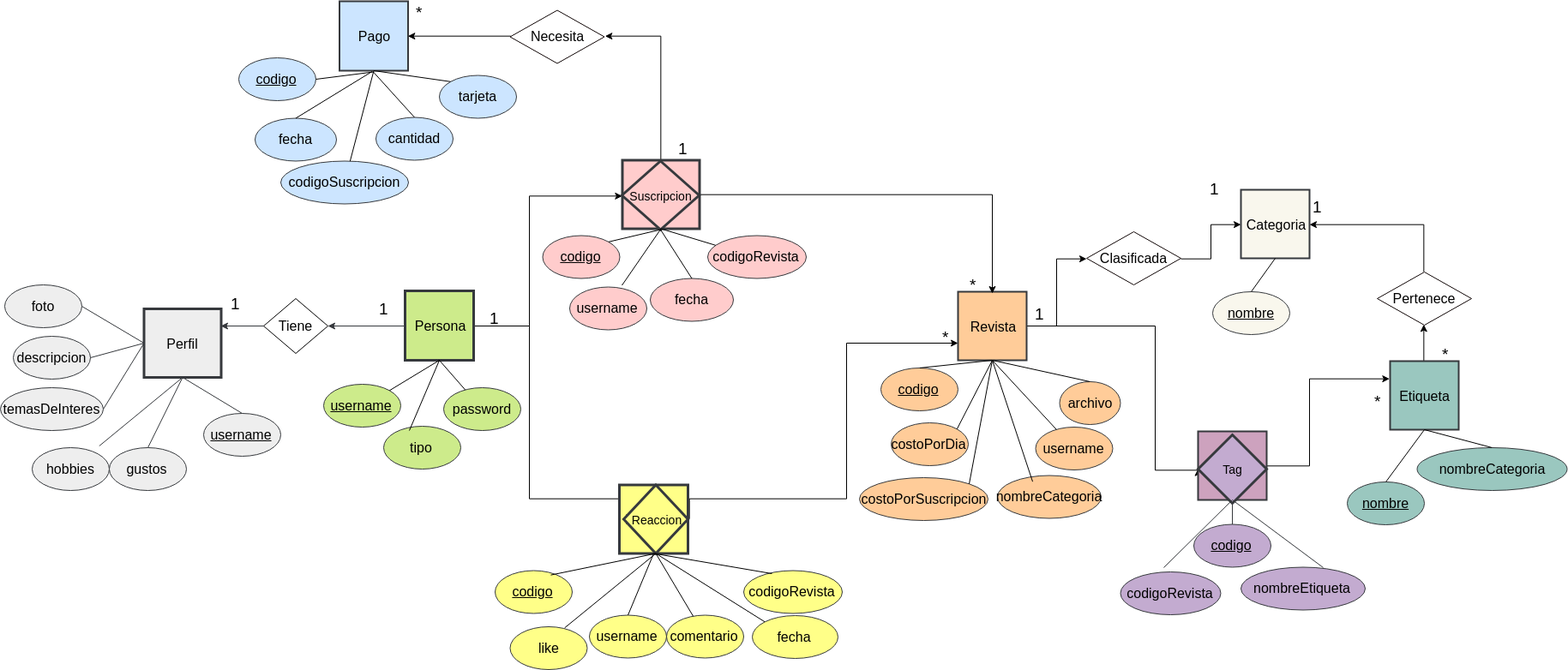
Before: ManualTecnico/DiagramaER.png, a diagram exported from draw.io (SergioCifuentes/Revistas). Source tidied: cells renumbered, new cells last; positions are measured from the earlier drawing's top-left corner, leaving out a move shared by most shapes.
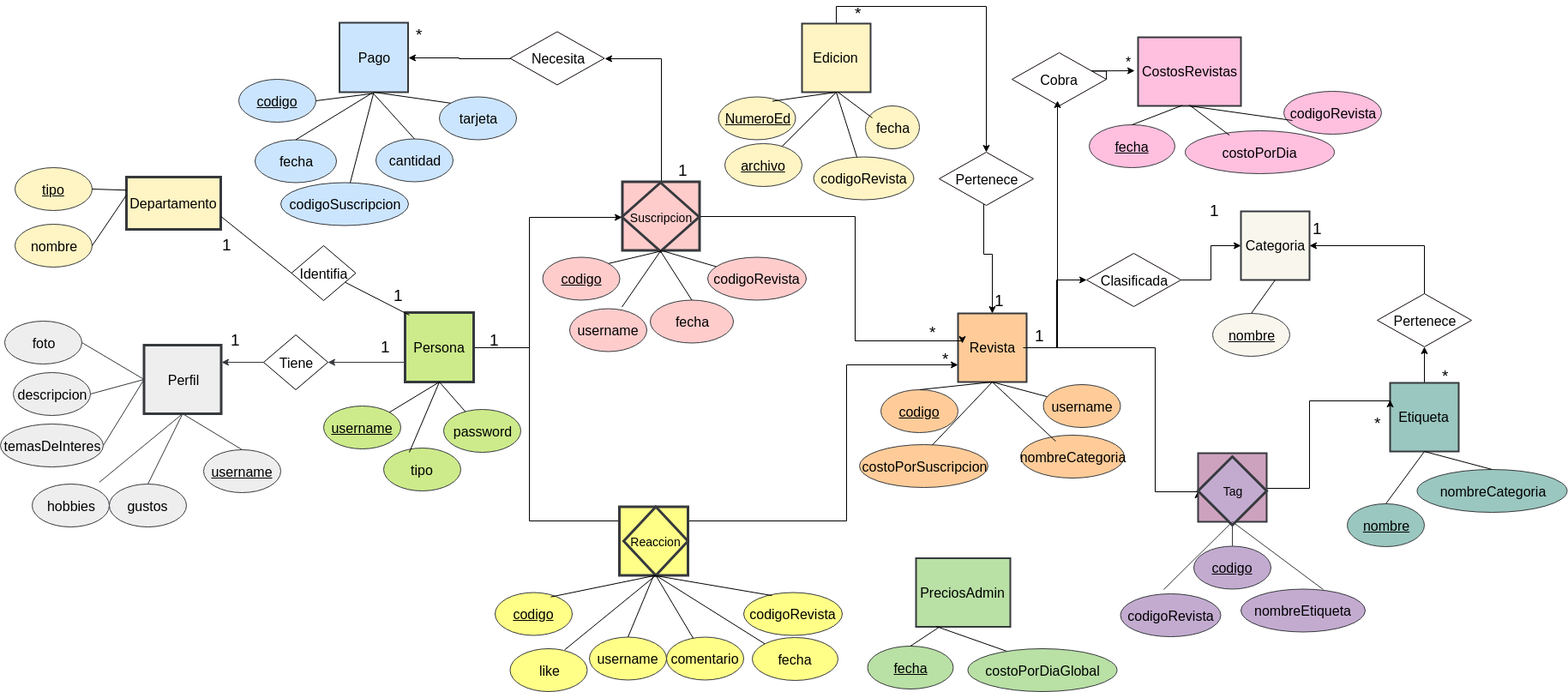
After the commit.

The edit, as a diff of the source:
```diff
@@ -16,2 +16,10 @@
     </mxCell>
+    <mxCell id="116" style="edgeStyle=orthogonalEdgeStyle;rounded=0;jettySize=auto;html=1;exitX=1;exitY=0.5;exitDx=0;exitDy=0;entryX=0;entryY=0.5;entryDx=0;entryDy=0;" parent="1" edge="1" source="133">
+      <mxGeometry relative="1" as="geometry">
+        <mxPoint x="1323" y="56.4" as="targetPoint" />
+        <Array as="points">
+          <mxPoint x="1233" y="56" />
+        </Array>
+      </mxGeometry>
+    </mxCell>
     <mxCell id="4" value="Revista" style="strokeWidth=2;whiteSpace=wrap;html=1;align=center;fontSize=16;fillColor=#ffcc99;strokeColor=#36393d;" parent="1" vertex="1">
@@ -20,3 +28,7 @@
     <mxCell id="5" style="edgeStyle=orthogonalEdgeStyle;rounded=0;jettySize=auto;html=1;exitX=0;exitY=0.5;exitDx=0;exitDy=0;entryX=1;entryY=0.5;entryDx=0;entryDy=0;fontSize=16;fillColor=#cdeb8b;strokeColor=#36393d;" parent="1" edge="1" source="8" target="36">
-      <mxGeometry relative="1" as="geometry" />
+      <mxGeometry relative="1" as="geometry">
+        <Array as="points">
+          <mxPoint x="472" y="396" />
+        </Array>
+      </mxGeometry>
     </mxCell>
@@ -43,7 +55,11 @@
     <mxCell id="9" value="Perfil" style="strokeWidth=3;whiteSpace=wrap;html=1;align=center;fontSize=16;fillColor=#eeeeee;strokeColor=#36393d;" parent="1" vertex="1">
-      <mxGeometry x="167.5" y="359" width="90" height="80" as="geometry" />
+      <mxGeometry x="167.5" y="376" width="90" height="80" as="geometry" />
     </mxCell>
-    <mxCell id="10" style="edgeStyle=orthogonalEdgeStyle;rounded=0;jettySize=auto;html=1;exitX=1;exitY=0.5;exitDx=0;exitDy=0;fontSize=16;" parent="1" edge="1" source="12">
+    <mxCell id="10" style="edgeStyle=orthogonalEdgeStyle;rounded=0;jettySize=auto;html=1;exitX=1;exitY=0.5;exitDx=0;exitDy=0;fontSize=16;entryX=-0.217;entryY=-0.225;entryDx=0;entryDy=0;entryPerimeter=0;" parent="1" edge="1" source="12" target="108">
       <mxGeometry relative="1" as="geometry">
-        <mxPoint x="1157" y="341" as="targetPoint" />
+        <Array as="points">
+          <mxPoint x="997" y="226" />
+          <mxPoint x="997" y="371" />
+          <mxPoint x="1122" y="371" />
+        </Array>
       </mxGeometry>
@@ -63,18 +79,18 @@
     <mxCell id="15" value="username" style="ellipse;whiteSpace=wrap;html=1;fontSize=16;fontStyle=4;fillColor=#eeeeee;strokeColor=#36393d;" parent="1" vertex="1">
-      <mxGeometry x="237" y="481" width="90" height="50" as="geometry" />
+      <mxGeometry x="237" y="498" width="90" height="50" as="geometry" />
     </mxCell>
     <mxCell id="16" value="foto" style="ellipse;whiteSpace=wrap;html=1;fontSize=16;fontStyle=0;fillColor=#eeeeee;strokeColor=#36393d;" parent="1" vertex="1">
-      <mxGeometry x="5" y="331" width="90" height="50" as="geometry" />
+      <mxGeometry x="5" y="348" width="90" height="50" as="geometry" />
     </mxCell>
     <mxCell id="17" value="hobbies" style="ellipse;whiteSpace=wrap;html=1;fontSize=16;fontStyle=0;fillColor=#eeeeee;strokeColor=#36393d;" parent="1" vertex="1">
-      <mxGeometry x="37" y="521" width="90" height="50" as="geometry" />
+      <mxGeometry x="37" y="538" width="90" height="50" as="geometry" />
     </mxCell>
     <mxCell id="18" value="gustos" style="ellipse;whiteSpace=wrap;html=1;fontSize=16;fontStyle=0;fillColor=#eeeeee;strokeColor=#36393d;" parent="1" vertex="1">
-      <mxGeometry x="127" y="521" width="90" height="50" as="geometry" />
+      <mxGeometry x="127" y="538" width="90" height="50" as="geometry" />
     </mxCell>
     <mxCell id="19" value="temasDeInteres" style="ellipse;whiteSpace=wrap;html=1;fontSize=16;fontStyle=0;fillColor=#eeeeee;strokeColor=#36393d;" parent="1" vertex="1">
-      <mxGeometry y="451" width="120" height="50" as="geometry" />
+      <mxGeometry y="468" width="120" height="50" as="geometry" />
     </mxCell>
     <mxCell id="20" value="descripcion" style="ellipse;whiteSpace=wrap;html=1;fontSize=16;fontStyle=0;fillColor=#eeeeee;strokeColor=#36393d;" parent="1" vertex="1">
-      <mxGeometry x="15" y="391" width="90" height="50" as="geometry" />
+      <mxGeometry x="15" y="408" width="90" height="50" as="geometry" />
     </mxCell>
@@ -130,3 +146,3 @@
       <mxGeometry relative="1" as="geometry">
-        <mxPoint x="329.7" y="379" as="sourcePoint" />
+        <mxPoint x="329.7" y="396" as="sourcePoint" />
       </mxGeometry>
@@ -134,3 +150,3 @@
     <mxCell id="36" value="Tiene" style="rhombus;whiteSpace=wrap;html=1;fontSize=16;" parent="1" vertex="1">
-      <mxGeometry x="307" y="347" width="75" height="64" as="geometry" />
+      <mxGeometry x="307" y="364" width="75" height="64" as="geometry" />
     </mxCell>
@@ -202,16 +218,10 @@
     <mxCell id="58" value="username" style="ellipse;whiteSpace=wrap;html=1;fontSize=16;fontStyle=0;fillColor=#ffcc99;strokeColor=#36393d;" parent="1" vertex="1">
-      <mxGeometry x="1207.5" y="497" width="90" height="50" as="geometry" />
+      <mxGeometry x="1216.5" y="422" width="90" height="50" as="geometry" />
     </mxCell>
-    <mxCell id="59" value="costoPorDia" style="ellipse;whiteSpace=wrap;html=1;fontSize=16;fontStyle=0;fillColor=#ffcc99;strokeColor=#36393d;" parent="1" vertex="1">
-      <mxGeometry x="1039" y="492" width="90" height="50" as="geometry" />
-    </mxCell>
     <mxCell id="60" value="costoPorSuscripcion" style="ellipse;whiteSpace=wrap;html=1;fontSize=16;fontStyle=0;fillColor=#ffcc99;strokeColor=#36393d;" parent="1" vertex="1">
-      <mxGeometry x="1002" y="556" width="150" height="50" as="geometry" />
+      <mxGeometry x="1002" y="492" width="150" height="50" as="geometry" />
     </mxCell>
     <mxCell id="61" value="nombreCategoria" style="ellipse;whiteSpace=wrap;html=1;fontSize=16;fontStyle=0;fillColor=#ffcc99;strokeColor=#36393d;" parent="1" vertex="1">
-      <mxGeometry x="1163" y="553.5" width="121" height="50" as="geometry" />
+      <mxGeometry x="1190" y="481" width="121" height="50" as="geometry" />
     </mxCell>
-    <mxCell id="62" value="archivo" style="ellipse;whiteSpace=wrap;html=1;fontSize=16;fontStyle=0;fillColor=#ffcc99;strokeColor=#36393d;" parent="1" vertex="1">
-      <mxGeometry x="1235.5" y="444" width="71" height="50" as="geometry" />
-    </mxCell>
     <mxCell id="63" value="Categoria" style="strokeWidth=2;whiteSpace=wrap;html=1;align=center;fontSize=16;fillColor=#f9f7ed;strokeColor=#36393d;" parent="1" vertex="1">
@@ -246,8 +256,2 @@
     </mxCell>
-    <mxCell id="73" style="endArrow=none;html=1;fontSize=16;exitX=0.5;exitY=1;exitDx=0;exitDy=0;entryX=1;entryY=0;entryDx=0;entryDy=0;" parent="1" edge="1" source="4" target="59">
-      <mxGeometry relative="1" as="geometry" />
-    </mxCell>
-    <mxCell id="74" style="endArrow=none;html=1;fontSize=16;exitX=0.5;exitY=1;exitDx=0;exitDy=0;entryX=0.5;entryY=0;entryDx=0;entryDy=0;" parent="1" edge="1" source="4" target="62">
-      <mxGeometry relative="1" as="geometry" />
-    </mxCell>
     <mxCell id="75" style="endArrow=none;html=1;fontSize=16;exitX=0.5;exitY=1;exitDx=0;exitDy=0;entryX=0.339;entryY=0.143;entryDx=0;entryDy=0;entryPerimeter=0;" parent="1" edge="1" source="4" target="61">
@@ -258,3 +262,3 @@
     </mxCell>
-    <mxCell id="77" style="endArrow=none;html=1;fontSize=16;exitX=0.5;exitY=1;exitDx=0;exitDy=0;entryX=1;entryY=0;entryDx=0;entryDy=0;" parent="1" edge="1" source="4" target="60">
+    <mxCell id="77" style="endArrow=none;html=1;fontSize=16;exitX=0.5;exitY=1;exitDx=0;exitDy=0;entryX=0.567;entryY=0.009;entryDx=0;entryDy=0;entryPerimeter=0;" parent="1" edge="1" source="4" target="60">
       <mxGeometry relative="1" as="geometry" />
@@ -353,6 +357,6 @@
     <mxCell id="104" value="1" style="text;html=1;align=left;verticalAlign=top;spacingTop=-4;fontSize=19;fontStyle=0;" parent="1" vertex="1">
-      <mxGeometry x="440" y="346" width="20" height="20" as="geometry" />
+      <mxGeometry x="442" y="365" width="20" height="20" as="geometry" />
     </mxCell>
     <mxCell id="105" value="1" style="text;html=1;align=left;verticalAlign=top;spacingTop=-4;fontSize=19;fontStyle=0;" parent="1" vertex="1">
-      <mxGeometry x="267" y="340" width="20" height="20" as="geometry" />
+      <mxGeometry x="267" y="357" width="20" height="20" as="geometry" />
     </mxCell>
@@ -362,5 +366,5 @@
     <mxCell id="107" value="*" style="text;html=1;align=left;verticalAlign=top;spacingTop=-4;fontSize=19;fontStyle=0;" parent="1" vertex="1">
-      <mxGeometry x="1129" y="318" width="20" height="20" as="geometry" />
+      <mxGeometry x="1082" y="348" width="20" height="20" as="geometry" />
     </mxCell>
-    <mxCell id="108" value="*" style="text;html=1;points=[];align=left;verticalAlign=top;spacingTop=-4;fontSize=19;" parent="1" vertex="1">
+    <mxCell id="108" value="*" style="text;html=1;points=[];align=left;verticalAlign=top;spacingTop=-4;fontSize=19;direction=south;" parent="1" vertex="1">
       <mxGeometry x="1097" y="378.5" width="20" height="20" as="geometry" />
@@ -388,2 +392,138 @@
     </mxCell>
+    <mxCell id="117" value="Departamento" style="strokeWidth=3;whiteSpace=wrap;html=1;align=center;fontSize=16;fillColor=#FFF4C3;strokeColor=#36393d;" parent="1" vertex="1">
+      <mxGeometry x="147" y="180" width="110" height="61" as="geometry" />
+    </mxCell>
+    <mxCell id="118" value="tipo&lt;span style=&quot;font-family: &amp;quot;helvetica&amp;quot; , &amp;quot;arial&amp;quot; , sans-serif ; font-size: 0px ; white-space: nowrap&quot;&gt;%3CmxGraphModel%3E%3Croot%3E%3CmxCell%20id%3D%220%22%2F%3E%3CmxCell%20id%3D%221%22%20parent%3D%220%22%2F%3E%3CmxCell%20id%3D%222%22%20value%3D%22foto%22%20style%3D%22ellipse%3BwhiteSpace%3Dwrap%3Bhtml%3D1%3BfontSize%3D16%3BfontStyle%3D0%3BfillColor%3D%23eeeeee%3BstrokeColor%3D%2336393d%3B%22%20vertex%3D%221%22%20parent%3D%221%22%3E%3CmxGeometry%20x%3D%22-722%22%20y%3D%2240%22%20width%3D%2290%22%20height%3D%2250%22%20as%3D%22geometry%22%2F%3E%3C%2FmxCell%3E%3C%2Froot%3E%3C%2FmxGraphModel%3E&lt;/span&gt;" style="ellipse;whiteSpace=wrap;html=1;fontSize=16;fontStyle=4;fillColor=#FFF4C3;strokeColor=#36393d;" parent="1" vertex="1">
+      <mxGeometry x="17" y="169" width="90" height="50" as="geometry" />
+    </mxCell>
+    <mxCell id="119" value="nombre" style="ellipse;whiteSpace=wrap;html=1;fontSize=16;fontStyle=0;fillColor=#FFF4C3;strokeColor=#36393d;" parent="1" vertex="1">
+      <mxGeometry x="17" y="235" width="90" height="50" as="geometry" />
+    </mxCell>
+    <mxCell id="120" style="endArrow=none;html=1;fontSize=19;exitX=0;exitY=0.5;exitDx=0;exitDy=0;entryX=1;entryY=0.75;entryDx=0;entryDy=0;" parent="1" edge="1" source="125" target="117">
+      <mxGeometry relative="1" as="geometry" />
+    </mxCell>
+    <mxCell id="121" value="1" style="text;html=1;align=left;verticalAlign=top;spacingTop=-4;fontSize=19;fontStyle=0;" parent="1" vertex="1">
+      <mxGeometry x="457" y="305" width="20" height="20" as="geometry" />
+    </mxCell>
+    <mxCell id="122" value="1" style="text;html=1;align=left;verticalAlign=top;spacingTop=-4;fontSize=19;fontStyle=0;" parent="1" vertex="1">
+      <mxGeometry x="257" y="245.5" width="20" height="20" as="geometry" />
+    </mxCell>
+    <mxCell id="123" style="endArrow=none;html=1;fontSize=19;exitX=0;exitY=0.25;exitDx=0;exitDy=0;entryX=1;entryY=0.5;entryDx=0;entryDy=0;" parent="1" edge="1" source="117" target="118">
+      <mxGeometry relative="1" as="geometry" />
+    </mxCell>
+    <mxCell id="124" style="endArrow=none;html=1;fontSize=19;entryX=1;entryY=0.5;entryDx=0;entryDy=0;" parent="1" edge="1" target="119">
+      <mxGeometry relative="1" as="geometry">
+        <mxPoint x="147" y="201" as="sourcePoint" />
+      </mxGeometry>
+    </mxCell>
+    <mxCell id="125" value="Identifia" style="rhombus;whiteSpace=wrap;html=1;fontSize=16;" parent="1" vertex="1">
+      <mxGeometry x="339.5" y="260" width="75" height="64" as="geometry" />
+    </mxCell>
+    <mxCell id="126" style="endArrow=none;html=1;fontSize=19;exitX=0.063;exitY=0.037;exitDx=0;exitDy=0;exitPerimeter=0;entryX=1;entryY=0.75;entryDx=0;entryDy=0;" parent="1" edge="1" source="8" target="125">
+      <mxGeometry relative="1" as="geometry" />
+    </mxCell>
+    <mxCell id="127" value="CostosRevistas" style="strokeWidth=2;whiteSpace=wrap;html=1;align=center;fontSize=16;fillColor=#FFBFDF;strokeColor=#36393d;" parent="1" vertex="1">
+      <mxGeometry x="1327" y="17" width="120" height="80" as="geometry" />
+    </mxCell>
+    <mxCell id="128" value="fecha" style="ellipse;whiteSpace=wrap;html=1;fontSize=16;fontStyle=4;fillColor=#FFBFDF;strokeColor=#36393d;" parent="1" vertex="1">
+      <mxGeometry x="1270" y="119" width="100" height="50" as="geometry" />
+    </mxCell>
+    <mxCell id="59" value="costoPorDia" style="ellipse;whiteSpace=wrap;html=1;fontSize=16;fontStyle=0;fillColor=#FFBFDF;strokeColor=#36393d;" parent="1" vertex="1">
+      <mxGeometry x="1382" y="126" width="174" height="50" as="geometry" />
+    </mxCell>
+    <mxCell id="129" style="endArrow=none;html=1;exitX=0.5;exitY=0;exitDx=0;exitDy=0;entryX=0.429;entryY=0.993;entryDx=0;entryDy=0;entryPerimeter=0;" parent="1" edge="1" source="128" target="127">
+      <mxGeometry relative="1" as="geometry" />
+    </mxCell>
+    <mxCell id="130" style="endArrow=none;html=1;exitX=0.296;exitY=0.103;exitDx=0;exitDy=0;exitPerimeter=0;" parent="1" edge="1" source="59">
+      <mxGeometry relative="1" as="geometry">
+        <mxPoint x="1387" y="96" as="targetPoint" />
+      </mxGeometry>
+    </mxCell>
+    <mxCell id="131" value="codigoRevista" style="ellipse;whiteSpace=wrap;html=1;fontSize=16;fontStyle=0;fillColor=#FFBFDF;strokeColor=#36393d;" parent="1" vertex="1">
+      <mxGeometry x="1497" y="80" width="114" height="50" as="geometry" />
+    </mxCell>
+    <mxCell id="132" style="endArrow=none;html=1;exitX=0.5;exitY=1;exitDx=0;exitDy=0;entryX=0.088;entryY=0.68;entryDx=0;entryDy=0;entryPerimeter=0;" parent="1" edge="1" source="127" target="131">
+      <mxGeometry relative="1" as="geometry" />
+    </mxCell>
+    <mxCell id="133" value="Cobra" style="rhombus;whiteSpace=wrap;html=1;strokeColor=#120808;strokeWidth=1;fontSize=16;" parent="1" vertex="1">
+      <mxGeometry x="1180" y="35" width="110" height="62" as="geometry" />
+    </mxCell>
+    <mxCell id="134" style="edgeStyle=orthogonalEdgeStyle;rounded=0;orthogonalLoop=1;jettySize=auto;html=1;exitX=1;exitY=0.5;exitDx=0;exitDy=0;" parent="1" edge="1">
+      <mxGeometry relative="1" as="geometry">
+        <mxPoint x="1192.7" y="379.3" as="sourcePoint" />
+        <mxPoint x="1233" y="91" as="targetPoint" />
+        <Array as="points">
+          <mxPoint x="1233" y="379" />
+        </Array>
+      </mxGeometry>
+    </mxCell>
+    <mxCell id="135" value="&lt;font style=&quot;font-size: 16px;&quot;&gt;*&lt;/font&gt;" style="text;html=1;align=left;verticalAlign=top;spacingTop=-4;fontSize=16;" parent="1" vertex="1">
+      <mxGeometry x="1311" y="34" width="20" height="20" as="geometry" />
+    </mxCell>
+    <mxCell id="136" style="edgeStyle=orthogonalEdgeStyle;rounded=0;jettySize=auto;html=1;entryX=0.5;entryY=0;entryDx=0;entryDy=0;exitX=0.473;exitY=0.968;exitDx=0;exitDy=0;exitPerimeter=0;" parent="1" edge="1" source="145" target="4">
+      <mxGeometry relative="1" as="geometry">
+        <Array as="points">
+          <mxPoint x="1147" y="270" />
+          <mxPoint x="1157" y="270" />
+        </Array>
+      </mxGeometry>
+    </mxCell>
+    <mxCell id="137" value="1" style="text;html=1;align=left;verticalAlign=top;spacingTop=-4;fontSize=19;" parent="1" vertex="1">
+      <mxGeometry x="1157.5" y="311" width="30" height="20" as="geometry" />
+    </mxCell>
+    <mxCell id="138" style="edgeStyle=orthogonalEdgeStyle;rounded=0;jettySize=auto;html=1;exitX=0.5;exitY=0;exitDx=0;exitDy=0;entryX=0.5;entryY=0;entryDx=0;entryDy=0;" parent="1" edge="1" source="139" target="145">
+      <mxGeometry relative="1" as="geometry" />
+    </mxCell>
+    <mxCell id="139" value="Edicion" style="strokeWidth=2;whiteSpace=wrap;html=1;align=center;fontSize=16;fillColor=#FFF4C3;strokeColor=#36393d;" parent="1" vertex="1">
+      <mxGeometry x="935" y="1" width="80" height="80" as="geometry" />
+    </mxCell>
+    <mxCell id="140" value="NumeroEd" style="ellipse;whiteSpace=wrap;html=1;fontSize=16;fontStyle=4;fillColor=#FFF4C3;strokeColor=#36393d;" parent="1" vertex="1">
+      <mxGeometry x="837.5" y="86.5" width="90" height="50" as="geometry" />
+    </mxCell>
+    <mxCell id="141" value="codigoRevista" style="ellipse;whiteSpace=wrap;html=1;fontSize=16;fontStyle=0;fillColor=#FFF4C3;strokeColor=#36393d;" parent="1" vertex="1">
+      <mxGeometry x="948.5" y="156.5" width="117" height="50" as="geometry" />
+    </mxCell>
+    <mxCell id="62" value="archivo" style="ellipse;whiteSpace=wrap;html=1;fontSize=16;fontStyle=4;fillColor=#FFF4C3;strokeColor=#36393d;" parent="1" vertex="1">
+      <mxGeometry x="845" y="141" width="90" height="50" as="geometry" />
+    </mxCell>
+    <mxCell id="142" style="endArrow=none;html=1;exitX=0.5;exitY=1;exitDx=0;exitDy=0;entryX=0.7;entryY=0.1;entryDx=0;entryDy=0;entryPerimeter=0;" parent="1" edge="1" source="139" target="140">
+      <mxGeometry relative="1" as="geometry" />
+    </mxCell>
+    <mxCell id="143" style="endArrow=none;html=1;exitX=0.5;exitY=1;exitDx=0;exitDy=0;" parent="1" edge="1" source="139" target="141">
+      <mxGeometry relative="1" as="geometry" />
+    </mxCell>
+    <mxCell id="144" style="endArrow=none;html=1;exitX=0.5;exitY=1;exitDx=0;exitDy=0;" parent="1" edge="1" source="139" target="62">
+      <mxGeometry relative="1" as="geometry" />
+    </mxCell>
+    <mxCell id="145" value="Pertenece" style="rhombus;whiteSpace=wrap;html=1;strokeColor=#120808;strokeWidth=1;fontSize=16;" parent="1" vertex="1">
+      <mxGeometry x="1095" y="151" width="110" height="62" as="geometry" />
+    </mxCell>
+    <mxCell id="146" value="*" style="text;html=1;align=left;verticalAlign=top;spacingTop=-4;fontSize=19;fontStyle=0;" parent="1" vertex="1">
+      <mxGeometry x="995" y="-24" width="20" height="20" as="geometry" />
+    </mxCell>
+    <mxCell id="147" value="PreciosAdmin" style="strokeWidth=2;whiteSpace=wrap;html=1;align=center;fontSize=16;fillColor=#B9E0A5;strokeColor=#36393d;" parent="1" vertex="1">
+      <mxGeometry x="1068" y="624.5" width="110" height="80" as="geometry" />
+    </mxCell>
+    <mxCell id="148" value="fecha" style="ellipse;whiteSpace=wrap;html=1;fontSize=16;fontStyle=4;fillColor=#B9E0A5;strokeColor=#36393d;" parent="1" vertex="1">
+      <mxGeometry x="1011.5" y="727" width="100" height="50" as="geometry" />
+    </mxCell>
+    <mxCell id="149" style="endArrow=none;html=1;exitX=0.5;exitY=0;exitDx=0;exitDy=0;entryX=0.25;entryY=1;entryDx=0;entryDy=0;" parent="1" edge="1" source="148" target="147">
+      <mxGeometry relative="1" as="geometry" />
+    </mxCell>
+    <mxCell id="150" style="endArrow=none;html=1;exitX=0.296;exitY=0.103;exitDx=0;exitDy=0;exitPerimeter=0;" parent="1" edge="1" source="151">
+      <mxGeometry relative="1" as="geometry">
+        <mxPoint x="1091.5" y="704" as="targetPoint" />
+      </mxGeometry>
+    </mxCell>
+    <mxCell id="151" value="costoPorDiaGlobal" style="ellipse;whiteSpace=wrap;html=1;fontSize=16;fontStyle=0;fillColor=#B9E0A5;strokeColor=#36393d;" parent="1" vertex="1">
+      <mxGeometry x="1128.5" y="730" width="174" height="50" as="geometry" />
+    </mxCell>
+    <mxCell id="152" value="fecha" style="ellipse;whiteSpace=wrap;html=1;fontSize=16;fontStyle=0;fillColor=#FFF4C3;strokeColor=#36393d;" parent="1" vertex="1">
+      <mxGeometry x="1009" y="97" width="63" height="50" as="geometry" />
+    </mxCell>
+    <mxCell id="153" style="endArrow=none;html=1;entryX=0.127;entryY=0.28;entryDx=0;entryDy=0;entryPerimeter=0;" parent="1" edge="1" target="152">
+      <mxGeometry relative="1" as="geometry">
+        <mxPoint x="977" y="81" as="sourcePoint" />
+      </mxGeometry>
+    </mxCell>
   </root>
```
